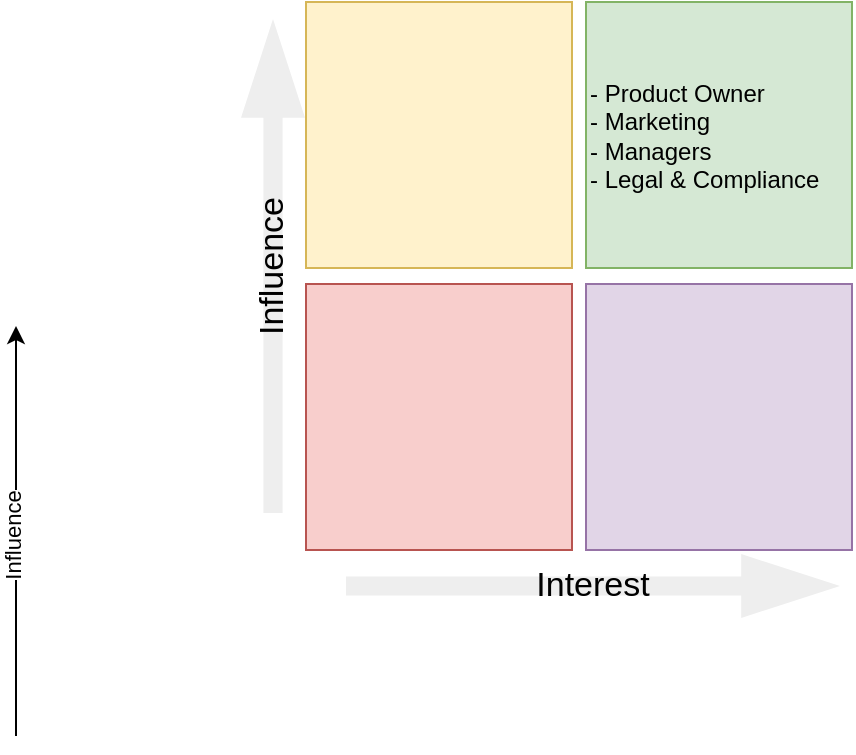
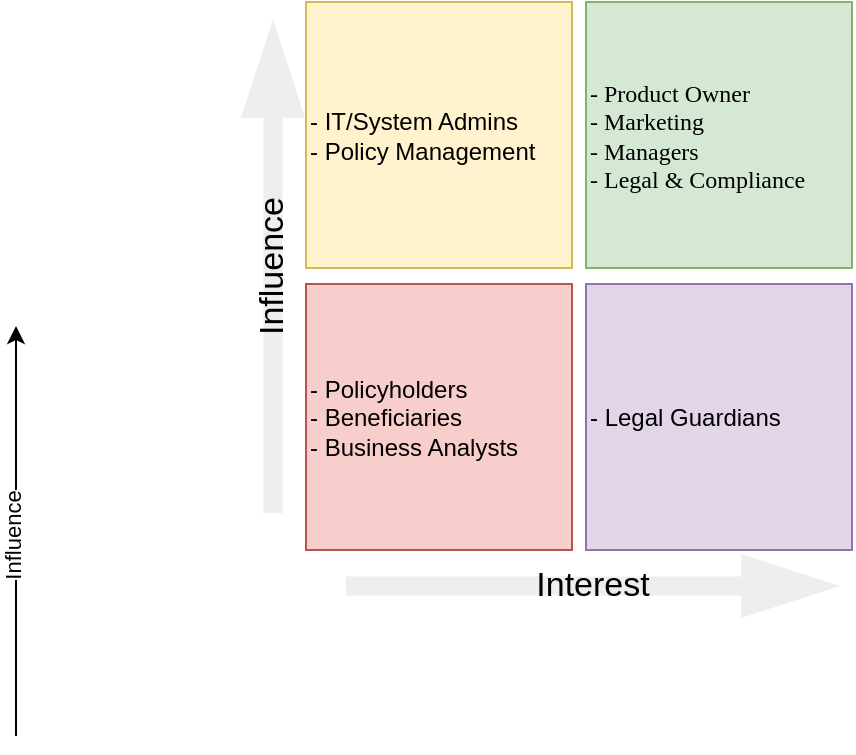
<mxfile host="app.diagrams.net">
  <diagram name="Page-1" id="X0_ej0eFDL27t5ckUI4T">
-     <mxGraphModel dx="422" dy="393" grid="1" gridSize="10" guides="1" tooltips="1" connect="1" arrows="1" fold="1" page="1" pageScale="1" pageWidth="850" pageHeight="1100" math="0" shadow="0">
+     <mxGraphModel dx="422" dy="393" grid="0" gridSize="10" guides="1" tooltips="1" connect="1" arrows="1" fold="1" page="0" pageScale="1" pageWidth="850" pageHeight="1100" math="0" shadow="0">
      <root>
        <mxCell id="0" />
        <mxCell id="1" parent="0" />
-         <mxCell id="FcPAKlwMTGvNa_uXLO_C-3" parent="1" style="html=1;fillColor=#d5e8d4;strokeColor=#82b366;shadow=0;fontSize=12;align=left;fontStyle=0;whiteSpace=wrap;rounded=0;" value="- Product Owner&lt;div&gt;&lt;span style=&quot;background-color: transparent; color: light-dark(rgb(0, 0, 0), rgb(255, 255, 255));&quot;&gt;- Marketing&lt;/span&gt;&lt;/div&gt;&lt;div&gt;&lt;span style=&quot;background-color: transparent; color: light-dark(rgb(0, 0, 0), rgb(255, 255, 255));&quot;&gt;- Managers&lt;/span&gt;&lt;/div&gt;&lt;div&gt;&lt;span style=&quot;background-color: transparent; color: light-dark(rgb(0, 0, 0), rgb(255, 255, 255));&quot;&gt;- Legal &amp;amp; Compliance&lt;/span&gt;&lt;/div&gt;" vertex="1">
+         <mxCell id="FcPAKlwMTGvNa_uXLO_C-3" parent="1" style="html=1;fillColor=#d5e8d4;strokeColor=#82b366;shadow=0;fontSize=12;align=left;fontStyle=0;whiteSpace=wrap;rounded=0;" value="&lt;font face=&quot;Verdana&quot;&gt;&lt;span style=&quot;background-color: transparent; color: light-dark(rgb(0, 0, 0), rgb(255, 255, 255));&quot;&gt;- Product Owner&lt;/span&gt;&lt;br&gt;&lt;span style=&quot;background-color: transparent; color: light-dark(rgb(0, 0, 0), rgb(255, 255, 255));&quot;&gt;- Marketing&lt;/span&gt;&lt;br&gt;&lt;span style=&quot;background-color: transparent; color: light-dark(rgb(0, 0, 0), rgb(255, 255, 255));&quot;&gt;- Managers&lt;/span&gt;&lt;br&gt;&lt;span style=&quot;background-color: transparent; color: light-dark(rgb(0, 0, 0), rgb(255, 255, 255));&quot;&gt;- Legal &amp;amp; Compliance&lt;/span&gt;&lt;/font&gt;" vertex="1">
          <mxGeometry height="133" width="133" x="490" y="214" as="geometry" />
        </mxCell>
        <mxCell id="FcPAKlwMTGvNa_uXLO_C-16" edge="1" parent="1" style="endArrow=classic;html=1;rounded=0;" value="">
          <mxGeometry height="50" relative="1" width="50" as="geometry">
            <mxPoint x="205" y="581" as="sourcePoint" />
            <mxPoint x="205" y="376" as="targetPoint" />
          </mxGeometry>
        </mxCell>
        <mxCell id="FcPAKlwMTGvNa_uXLO_C-17" connectable="0" parent="FcPAKlwMTGvNa_uXLO_C-16" style="edgeLabel;html=1;align=center;verticalAlign=middle;resizable=0;points=[];rotation=-90;" value="I&lt;span style=&quot;background-color: light-dark(#ffffff, var(--ge-dark-color, #121212)); color: light-dark(rgb(0, 0, 0), rgb(255, 255, 255));&quot;&gt;nfluence&lt;/span&gt;" vertex="1">
          <mxGeometry relative="1" x="-0.2476" as="geometry">
            <mxPoint x="-2" y="-23" as="offset" />
          </mxGeometry>
        </mxCell>
-         <mxCell id="FcPAKlwMTGvNa_uXLO_C-18" parent="1" style="html=1;fillColor=#fff2cc;strokeColor=#d6b656;shadow=0;fontSize=12;align=left;fontStyle=0;whiteSpace=wrap;rounded=0;" value="&lt;div&gt;&lt;br&gt;&lt;/div&gt;&lt;div&gt;&lt;br&gt;&lt;/div&gt;" vertex="1">
+         <mxCell id="FcPAKlwMTGvNa_uXLO_C-18" parent="1" style="html=1;fillColor=#fff2cc;strokeColor=#d6b656;shadow=0;fontSize=12;align=left;fontStyle=0;whiteSpace=wrap;rounded=0;" value="- IT/System Admins&lt;div&gt;- Policy Management&lt;/div&gt;" vertex="1">
          <mxGeometry height="133" width="133" x="350" y="214" as="geometry" />
        </mxCell>
-         <mxCell id="FcPAKlwMTGvNa_uXLO_C-19" parent="1" style="html=1;fillColor=#f8cecc;strokeColor=#b85450;shadow=0;fontSize=12;align=left;fontStyle=0;whiteSpace=wrap;rounded=0;" value="" vertex="1">
+         <mxCell id="FcPAKlwMTGvNa_uXLO_C-19" parent="1" style="html=1;fillColor=#f8cecc;strokeColor=#b85450;shadow=0;fontSize=12;align=left;fontStyle=0;whiteSpace=wrap;rounded=0;" value="- Policyholders&lt;div&gt;&lt;span style=&quot;background-color: transparent; color: light-dark(rgb(0, 0, 0), rgb(255, 255, 255));&quot;&gt;- Beneficiaries&lt;/span&gt;&lt;div&gt;- Business Analysts&lt;/div&gt;&lt;/div&gt;" vertex="1">
          <mxGeometry height="133" width="133" x="350" y="355" as="geometry" />
        </mxCell>
-         <mxCell id="FcPAKlwMTGvNa_uXLO_C-20" parent="1" style="html=1;fillColor=#e1d5e7;strokeColor=#9673a6;shadow=0;fontSize=12;align=left;fontStyle=0;whiteSpace=wrap;rounded=0;" value="" vertex="1">
+         <mxCell id="FcPAKlwMTGvNa_uXLO_C-20" parent="1" style="html=1;fillColor=#e1d5e7;strokeColor=#9673a6;shadow=0;fontSize=12;align=left;fontStyle=0;whiteSpace=wrap;rounded=0;" value="- Legal Guardians" vertex="1">
          <mxGeometry height="133" width="133" x="490" y="355" as="geometry" />
        </mxCell>
        <mxCell id="FcPAKlwMTGvNa_uXLO_C-21" parent="1" style="shape=singleArrow;whiteSpace=wrap;html=1;align=center;dashed=1;fillColor=#eeeeee;strokeColor=none;" value="&lt;div style=&quot;text-align: justify;&quot;&gt;&lt;span style=&quot;font-size: 17px; background-color: transparent; color: light-dark(rgb(0, 0, 0), rgb(255, 255, 255));&quot;&gt;Interest&lt;/span&gt;&lt;/div&gt;" vertex="1">
          <mxGeometry height="32" width="247" x="370" y="490" as="geometry" />
        </mxCell>
        <mxCell id="FcPAKlwMTGvNa_uXLO_C-22" parent="1" style="shape=singleArrow;whiteSpace=wrap;html=1;align=center;dashed=1;fillColor=#eeeeee;strokeColor=none;rotation=-90;" value="&lt;div style=&quot;text-align: justify;&quot;&gt;&lt;span style=&quot;font-size: 17px; background-color: transparent; color: light-dark(rgb(0, 0, 0), rgb(255, 255, 255));&quot;&gt;Influence&lt;/span&gt;&lt;/div&gt;" vertex="1">
          <mxGeometry height="32" width="247" x="210" y="330" as="geometry" />
        </mxCell>
      </root>
    </mxGraphModel>
  </diagram>
</mxfile>
